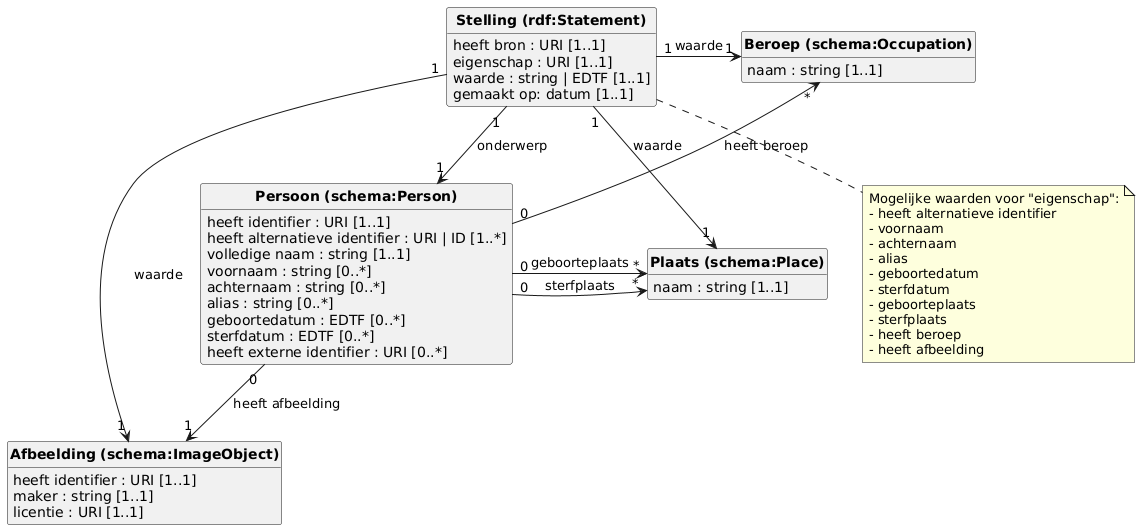
Earlier version of the PlantUML export datamodel/diagram.png (viaacode/visual-name-authority-project).
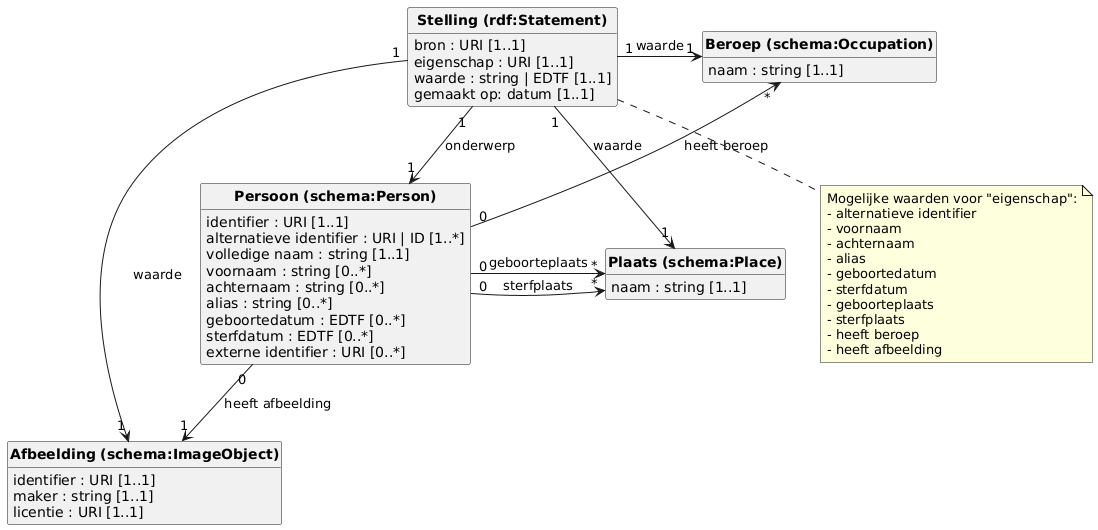
The same diagram one commit later.

What changed in the source:
```diff
@@ -1,14 +1,14 @@
 @startuml
 class "<b>Persoon (schema:Person)</b>" {
-    heeft identifier : URI [1..1]
-    heeft alternatieve identifier : URI | ID [1..*]
+    identifier : URI [1..1]
+    alternatieve identifier : URI | ID [1..*]
     volledige naam : string [1..1]
     voornaam : string [0..*]
     achternaam : string [0..*]
     alias : string [0..*]
     geboortedatum : EDTF [0..*]
     sterfdatum : EDTF [0..*]
-    heeft externe identifier : URI [0..*]
+    externe identifier : URI [0..*]
 }
 
 class "<b>Plaats (schema:Place)</b>" {
@@ -20,7 +20,7 @@
 }
 
 class "<b>Afbeelding (schema:ImageObject)</b>" {
-    heeft identifier : URI [1..1]
+    identifier : URI [1..1]
     maker : string [1..1]
     licentie : URI [1..1]
 }
@@ -31,14 +31,14 @@
 "<b>Persoon (schema:Person)</b>" "0" --> "1" "<b>Afbeelding (schema:ImageObject)</b>": heeft afbeelding
 
 class "<b>Stelling (rdf:Statement)</b>"{
-    heeft bron : URI [1..1]
+    bron : URI [1..1]
     eigenschap : URI [1..1]
     waarde : string | EDTF [1..1]
     gemaakt op: datum [1..1]
 }
 note bottom of "<b>Stelling (rdf:Statement)</b>"
     Mogelijke waarden voor "eigenschap":
-    - heeft alternatieve identifier
+    - alternatieve identifier
     - voornaam
     - achternaam
     - alias
```
